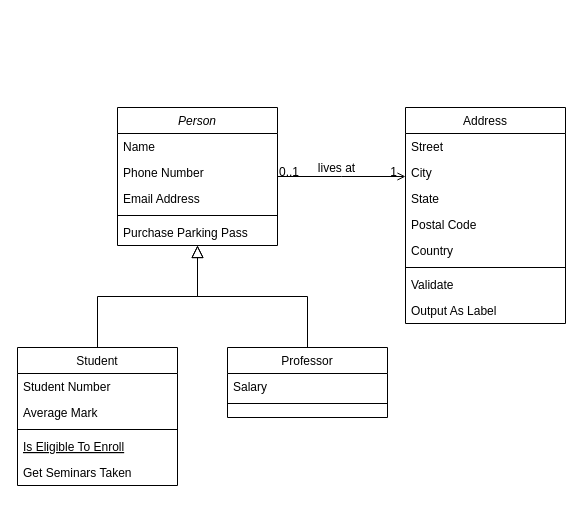
Earlier version of the draw.io diagram Class_Diagram.drawio (yarogono/Omoshiroi). Source tidied: cells renumbered, new cells numbered last; positions are measured from the earlier drawing's top-left corner, leaving out a move shared by most shapes. Both pictures are drawn from the tidied source at 100%, with x=0, y=0 at pixel (17, 107).
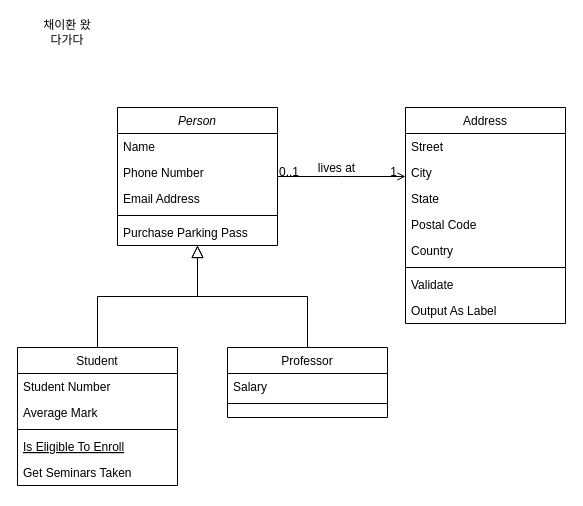
Above is the later version.

What changed in the source:
```diff
@@
+    <mxCell id="32" value="채이환 왔다가다" style="text;html=1;strokeColor=none;fillColor=none;align=center;verticalAlign=middle;whiteSpace=wrap;rounded=0;" parent="1" vertex="1">
+      <mxGeometry x="20" y="-90" width="60" height="30" as="geometry" />
+    </mxCell>
```
